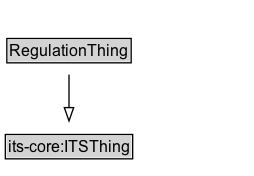
This is docs/diagrams/RegulationThing.dot.png from k-vaughn/ontology-its-regulation, a Graphviz export, as it was before one commit. Its source is kept beside it as docs/diagrams/RegulationThing.dot.
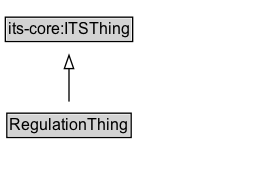
The same file after the commit.

The edit, as a diff of the source:
```diff
@@ -2,6 +2,10 @@
 	graph [overlap=false rankdir=TB splines=true]
 	node [fontname=Arial fontsize=12 margin=0 shape=none]
 	edge [fontname=Arial fontsize=11]
+	{
+		rank=source
+		"its-core_ITSThing" [label=<<TABLE BORDER="1" CELLBORDER="0" CELLSPACING="0" CELLPADDING="1"><TR><TD BGCOLOR="lightgray" ALIGN="CENTER">its-core:ITSThing</TD></TR></TABLE>> URL="https://w3id.org/itsdata/core/v1/ITSThing" margin=0]
+	}
 	RegulationThing [label=<<TABLE BORDER="1" CELLBORDER="0" CELLSPACING="0" CELLPADDING="1"><TR><TD BGCOLOR="lightgray" ALIGN="CENTER">RegulationThing</TD></TR></TABLE>> URL="../RegulationThing" margin=0]
 	{
 		rank=max
@@ -10,6 +14,5 @@
 		label="" style=invis
 		Invis [label=<<TABLE BORDER="0" CELLBORDER="0" CELLSPACING="0" CELLPADDING="1"><TR><TD></TD></TR></TABLE>> margin=0 style=invis]
 	}
-	"its-core_ITSThing" [label=<<TABLE BORDER="1" CELLBORDER="0" CELLSPACING="0" CELLPADDING="1"><TR><TD BGCOLOR="lightgray" ALIGN="CENTER">its-core:ITSThing</TD></TR></TABLE>> URL="https://w3id.org/itsdata/core/v1/ITSThing" margin=0]
 	RegulationThing -> "its-core_ITSThing" [arrowhead=onormal style=solid]
 }
```
